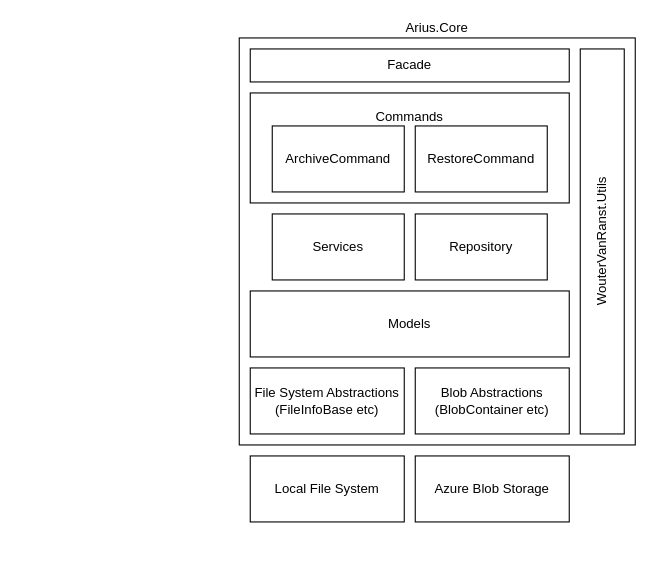
Before: page "Arius.Core Structure" (3 of 3) of docs/AriusFlows.drawio in woutervanranst/Arius, a draw.io diagram. Source tidied: cells renumbered, new cells numbered last; positions are measured from the earlier drawing's top-left corner, leaving out a move shared by most shapes. Both pictures are drawn from the tidied source at 110%, with x=0, y=0 at pixel (239, 37).
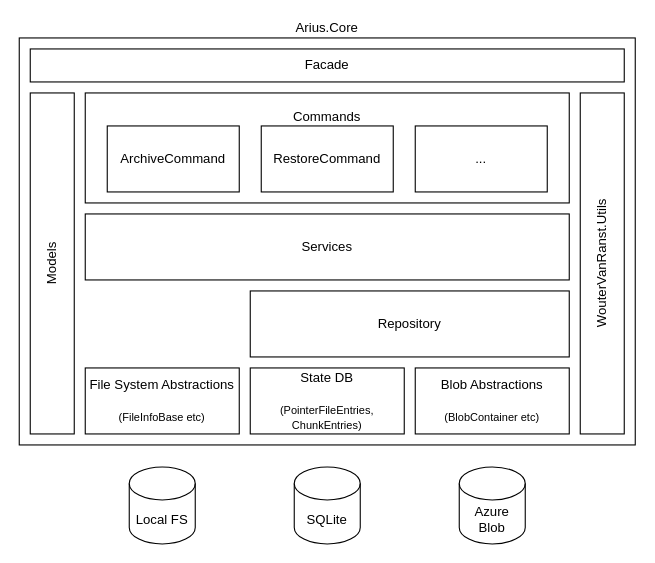
After the change.

Commit message (it also covers changes not shown here):
feat: updated design diagrams

Change to the diagram source:
```diff
@@
 <mxGraphModel>
   <root>
     <mxCell id="0" />
     <mxCell id="1" parent="0" />
     <mxCell id="2" value="Arius.Core" style="rounded=0;whiteSpace=wrap;html=1;labelPosition=center;verticalLabelPosition=top;align=center;verticalAlign=bottom;labelBorderColor=none;" parent="1" vertex="1">
-      <mxGeometry width="360" height="370" as="geometry" />
+      <mxGeometry x="-200" width="560" height="370" as="geometry" />
     </mxCell>
     <mxCell id="3" value="Facade" style="rounded=0;whiteSpace=wrap;html=1;" parent="1" vertex="1">
-      <mxGeometry x="10" y="10" width="290" height="30" as="geometry" />
+      <mxGeometry x="-190" y="10" width="540" height="30" as="geometry" />
     </mxCell>
     <mxCell id="4" value="Commands&lt;br&gt;&lt;br&gt;&lt;br&gt;&lt;br&gt;&lt;br&gt;" style="rounded=0;whiteSpace=wrap;html=1;" parent="1" vertex="1">
-      <mxGeometry x="10" y="50" width="290" height="100" as="geometry" />
+      <mxGeometry x="-140" y="50" width="440" height="100" as="geometry" />
     </mxCell>
     <mxCell id="5" value="Services" style="rounded=0;whiteSpace=wrap;html=1;" parent="1" vertex="1">
-      <mxGeometry x="30" y="160" width="120" height="60" as="geometry" />
+      <mxGeometry x="-140" y="160" width="440" height="60" as="geometry" />
     </mxCell>
     <mxCell id="6" value="ArchiveCommand" style="rounded=0;whiteSpace=wrap;html=1;" parent="1" vertex="1">
-      <mxGeometry x="30" y="80" width="120" height="60" as="geometry" />
+      <mxGeometry x="-120" y="80" width="120" height="60" as="geometry" />
     </mxCell>
     <mxCell id="7" value="RestoreCommand" style="rounded=0;whiteSpace=wrap;html=1;" parent="1" vertex="1">
-      <mxGeometry x="160" y="80" width="120" height="60" as="geometry" />
+      <mxGeometry x="20" y="80" width="120" height="60" as="geometry" />
     </mxCell>
     <mxCell id="8" value="Repository" style="rounded=0;whiteSpace=wrap;html=1;" parent="1" vertex="1">
-      <mxGeometry x="160" y="160" width="120" height="60" as="geometry" />
+      <mxGeometry x="10" y="230" width="290" height="60" as="geometry" />
     </mxCell>
-    <mxCell id="9" value="Models" style="rounded=0;whiteSpace=wrap;html=1;" parent="1" vertex="1">
-      <mxGeometry x="10" y="230" width="290" height="60" as="geometry" />
+    <mxCell id="9" value="Models" style="rounded=0;whiteSpace=wrap;html=1;horizontal=0;" parent="1" vertex="1">
+      <mxGeometry x="-190" y="50" width="40" height="310" as="geometry" />
     </mxCell>
     <mxCell id="10" value="WouterVanRanst.Utils" style="rounded=0;whiteSpace=wrap;html=1;horizontal=0;" parent="1" vertex="1">
-      <mxGeometry x="310" y="10" width="40" height="350" as="geometry" />
+      <mxGeometry x="310" y="50" width="40" height="310" as="geometry" />
     </mxCell>
-    <mxCell id="11" value="Local File System" style="rounded=0;whiteSpace=wrap;html=1;" parent="1" vertex="1">
-      <mxGeometry x="10" y="380" width="140" height="60" as="geometry" />
-    </mxCell>
-    <mxCell id="12" value="Azure Blob Storage" style="rounded=0;whiteSpace=wrap;html=1;" parent="1" vertex="1">
-      <mxGeometry x="160" y="380" width="140" height="60" as="geometry" />
-    </mxCell>
-    <mxCell id="13" value="Blob Abstractions&lt;br&gt;(BlobContainer etc)" style="rounded=0;whiteSpace=wrap;html=1;" parent="1" vertex="1">
+    <mxCell id="13" value="Blob Abstractions&lt;br&gt;&lt;br&gt;&lt;font style=&quot;font-size: 10px;&quot;&gt;(BlobContainer etc)&lt;/font&gt;" style="rounded=0;whiteSpace=wrap;html=1;" parent="1" vertex="1">
       <mxGeometry x="160" y="300" width="140" height="60" as="geometry" />
     </mxCell>
-    <mxCell id="14" value="File System Abstractions&lt;br&gt;(FileInfoBase etc)" style="rounded=0;whiteSpace=wrap;html=1;" parent="1" vertex="1">
-      <mxGeometry x="10" y="300" width="140" height="60" as="geometry" />
+    <mxCell id="14" value="File System Abstractions&lt;br&gt;&lt;br&gt;&lt;font style=&quot;font-size: 10px;&quot;&gt;(FileInfoBase etc)&lt;/font&gt;" style="rounded=0;whiteSpace=wrap;html=1;" parent="1" vertex="1">
+      <mxGeometry x="-140" y="300" width="140" height="60" as="geometry" />
     </mxCell>
+    <mxCell id="15" value="..." style="rounded=0;whiteSpace=wrap;html=1;" parent="1" vertex="1">
+      <mxGeometry x="160" y="80" width="120" height="60" as="geometry" />
+    </mxCell>
+    <mxCell id="16" value="State DB&lt;br&gt;&lt;font style=&quot;font-size: 10px;&quot;&gt;&lt;br&gt;(PointerFileEntries, ChunkEntries)&lt;/font&gt;" style="rounded=0;whiteSpace=wrap;html=1;" parent="1" vertex="1">
+      <mxGeometry x="10" y="300" width="140" height="60" as="geometry" />
+    </mxCell>
+    <mxCell id="17" value="SQLite" style="shape=cylinder3;whiteSpace=wrap;html=1;boundedLbl=1;backgroundOutline=1;size=15;" parent="1" vertex="1">
+      <mxGeometry x="50" y="390" width="60" height="70" as="geometry" />
+    </mxCell>
+    <mxCell id="18" value="Azure Blob" style="shape=cylinder3;whiteSpace=wrap;html=1;boundedLbl=1;backgroundOutline=1;size=15;" parent="1" vertex="1">
+      <mxGeometry x="200" y="390" width="60" height="70" as="geometry" />
+    </mxCell>
+    <mxCell id="19" value="Local FS" style="shape=cylinder3;whiteSpace=wrap;html=1;boundedLbl=1;backgroundOutline=1;size=15;" parent="1" vertex="1">
+      <mxGeometry x="-100" y="390" width="60" height="70" as="geometry" />
+    </mxCell>
   </root>
 </mxGraphModel>
```
